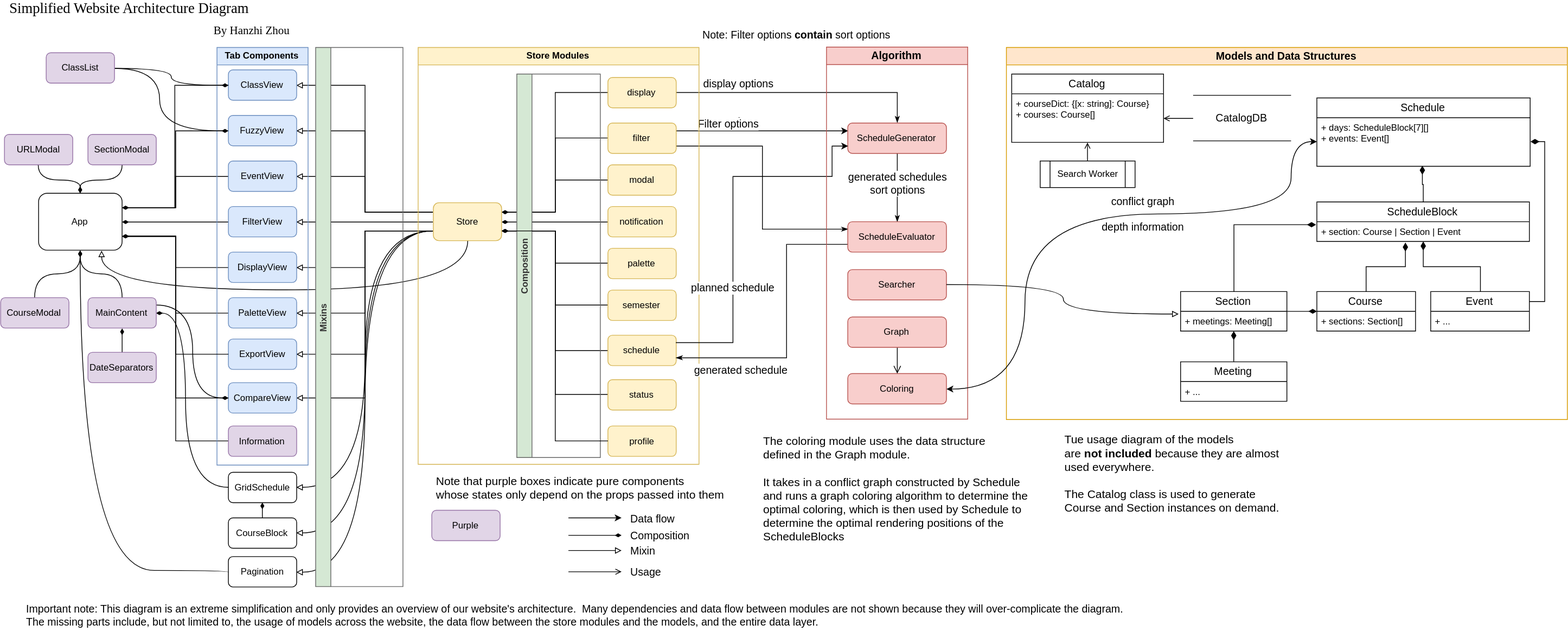
awesome-schedule/plannable keeps this draw.io diagram as docs/Website Architecture.svg. Above is the earlier version. Source tidied: cells renumbered, new cells last; positions are measured from the earlier drawing's top-left corner, leaving out a move shared by most shapes.
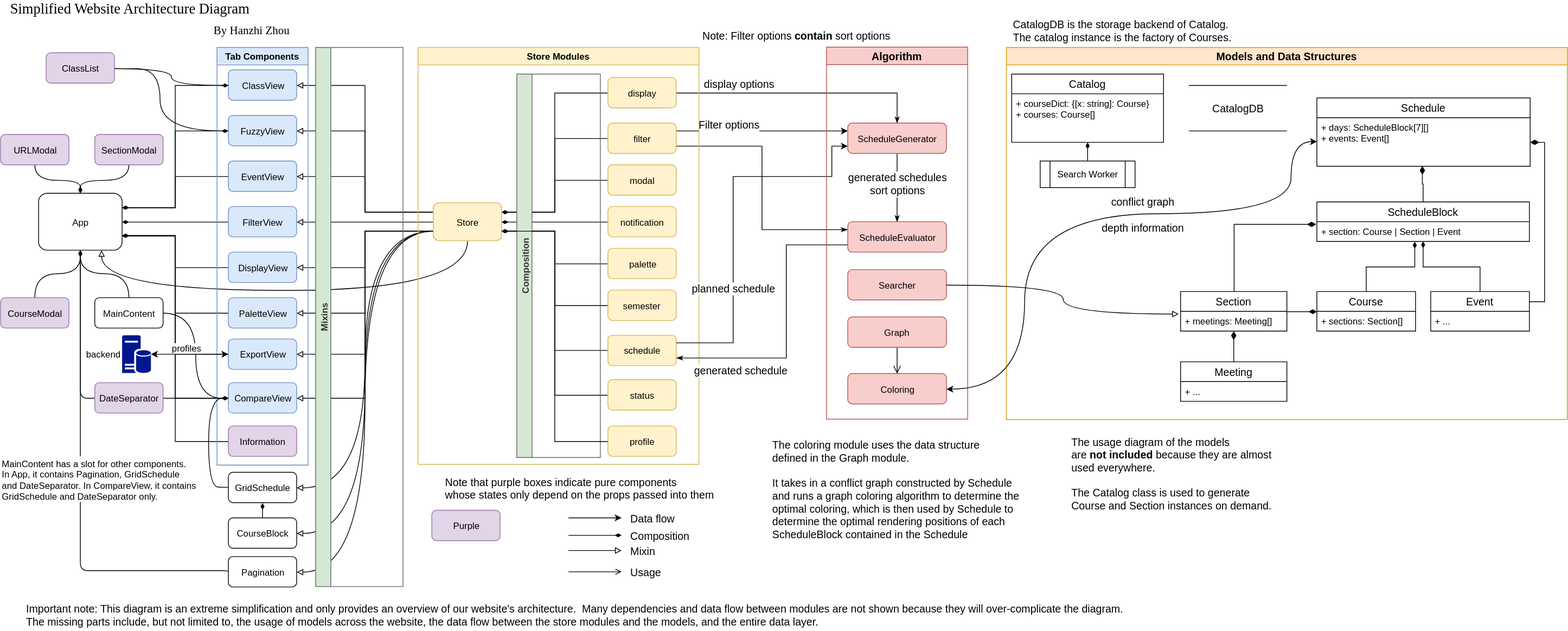
Later version of the same file.

What changed in the source:
```diff
@@ -2,6 +2,14 @@
   <root>
     <mxCell id="0" />
     <mxCell id="1" parent="0" />
+    <mxCell id="62" style="edgeStyle=orthogonalEdgeStyle;rounded=1;jettySize=auto;html=1;exitX=0;exitY=0.5;exitDx=0;exitDy=0;entryX=0.5;entryY=1;entryDx=0;entryDy=0;endArrow=diamondThin;endFill=1;" parent="1" edge="1" source="63" target="41">
+      <mxGeometry relative="1" as="geometry">
+        <Array as="points">
+          <mxPoint x="300" y="750" />
+          <mxPoint x="105" y="750" />
+        </Array>
+      </mxGeometry>
+    </mxCell>
     <mxCell id="2" style="edgeStyle=orthogonalEdgeStyle;rounded=0;jettySize=auto;html=1;exitX=0;exitY=0.5;exitDx=0;exitDy=0;startArrow=none;startFill=0;endArrow=diamondThin;endFill=1;fontSize=14;entryX=1;entryY=0.75;entryDx=0;entryDy=0;" parent="1" edge="1" source="55" target="22">
       <mxGeometry relative="1" as="geometry" />
     </mxCell>
@@ -213,25 +221,17 @@
     <mxCell id="61" value="ClassList" style="rounded=1;whiteSpace=wrap;html=1;shadow=0;glass=0;fillColor=#e1d5e7;strokeColor=#9673a6;" parent="1" vertex="1">
       <mxGeometry x="60" y="68" width="90" height="40" as="geometry" />
     </mxCell>
-    <mxCell id="62" style="edgeStyle=orthogonalEdgeStyle;curved=1;rounded=0;jettySize=auto;html=1;exitX=0;exitY=0.5;exitDx=0;exitDy=0;entryX=0.5;entryY=1;entryDx=0;entryDy=0;endArrow=diamondThin;endFill=1;" parent="1" edge="1" source="63" target="41">
-      <mxGeometry relative="1" as="geometry">
-        <Array as="points">
-          <mxPoint x="300" y="750" />
-          <mxPoint x="105" y="750" />
-        </Array>
-      </mxGeometry>
-    </mxCell>
     <mxCell id="63" value="Pagination" style="rounded=1;whiteSpace=wrap;html=1;" parent="1" vertex="1">
       <mxGeometry x="300" y="731.5" width="90" height="40" as="geometry" />
     </mxCell>
-    <mxCell id="64" style="edgeStyle=orthogonalEdgeStyle;curved=1;rounded=0;jettySize=auto;html=1;exitX=0;exitY=0.5;exitDx=0;exitDy=0;entryX=1;entryY=0.5;entryDx=0;entryDy=0;startArrow=none;startFill=0;endArrow=diamondThin;endFill=1;" parent="1" edge="1" source="65" target="135">
-      <mxGeometry relative="1" as="geometry">
-        <Array as="points">
-          <mxPoint x="244" y="640" />
-          <mxPoint x="244" y="411" />
-        </Array>
-      </mxGeometry>
-    </mxCell>
+    <mxCell id="140" style="edgeStyle=orthogonalEdgeStyle;rounded=0;jettySize=auto;html=1;exitX=0;exitY=0.5;exitDx=0;exitDy=0;entryX=0;entryY=0.5;entryDx=0;entryDy=0;curved=1;endArrow=diamondThin;endFill=1;" parent="1" edge="1" source="65" target="52">
+      <mxGeometry relative="1" as="geometry">
+        <Array as="points">
+          <mxPoint x="274" y="640" />
+          <mxPoint x="274" y="523" />
+        </Array>
+      </mxGeometry>
+    </mxCell>
     <mxCell id="65" value="GridSchedule" style="rounded=1;whiteSpace=wrap;html=1;" parent="1" vertex="1">
       <mxGeometry x="300" y="620.5" width="90" height="40" as="geometry" />
     </mxCell>
@@ -251,12 +251,12 @@
       <mxGeometry relative="1" as="geometry" />
     </mxCell>
     <mxCell id="71" value="SectionModal" style="rounded=1;whiteSpace=wrap;html=1;fillColor=#e1d5e7;strokeColor=#9673a6;" parent="1" vertex="1">
-      <mxGeometry x="115" y="175.5" width="90" height="40" as="geometry" />
+      <mxGeometry x="124" y="175.5" width="90" height="40" as="geometry" />
     </mxCell>
     <mxCell id="72" value="Purple" style="rounded=1;whiteSpace=wrap;html=1;fillColor=#e1d5e7;strokeColor=#9673a6;" parent="1" vertex="1">
       <mxGeometry x="568" y="670.5" width="90" height="40" as="geometry" />
     </mxCell>
-    <mxCell id="73" value="&lt;div style=&quot;text-align: left ; font-size: 15px&quot;&gt;&lt;span style=&quot;font-size: 15px&quot;&gt;Note that purple boxes indicate pure components&amp;nbsp;&lt;/span&gt;&lt;/div&gt;&lt;div style=&quot;text-align: left ; font-size: 15px&quot;&gt;&lt;span style=&quot;font-size: 15px&quot;&gt;whose states only depend on the props passed into them&lt;/span&gt;&lt;/div&gt;" style="text;html=1;align=center;verticalAlign=middle;fillColor=none;strokeColor=none;rounded=0;shadow=0;glass=0;fontSize=15;" parent="1" vertex="1">
+    <mxCell id="73" value="&lt;div style=&quot;text-align: left; font-size: 14px;&quot;&gt;&lt;span style=&quot;font-size: 14px;&quot;&gt;Note that purple boxes indicate pure components&amp;nbsp;&lt;/span&gt;&lt;/div&gt;&lt;div style=&quot;text-align: left; font-size: 14px;&quot;&gt;&lt;span style=&quot;font-size: 14px;&quot;&gt;whose states only depend on the props passed into them&lt;/span&gt;&lt;/div&gt;" style="text;html=1;align=center;verticalAlign=middle;fillColor=none;strokeColor=none;rounded=0;shadow=0;glass=0;fontSize=14;" parent="1" vertex="1">
       <mxGeometry x="568" y="620.5" width="390" height="40" as="geometry" />
     </mxCell>
     <mxCell id="74" style="edgeStyle=orthogonalEdgeStyle;curved=1;rounded=0;jettySize=auto;html=1;entryX=0.5;entryY=0;entryDx=0;entryDy=0;startArrow=none;startFill=0;endArrow=classicThin;endFill=1;fontSize=14;" parent="1" edge="1" source="76" target="90">
@@ -346,13 +346,8 @@
     <mxCell id="93" value="Searcher" style="rounded=1;whiteSpace=wrap;html=1;fillColor=#f8cecc;strokeColor=#b85450;" parent="88" vertex="1">
       <mxGeometry x="28" y="293" width="130" height="40" as="geometry" />
     </mxCell>
-    <mxCell id="94" style="edgeStyle=orthogonalEdgeStyle;rounded=0;jettySize=auto;html=1;exitX=0.5;exitY=0;exitDx=0;exitDy=0;entryX=0.415;entryY=1.039;entryDx=0;entryDy=0;entryPerimeter=0;endArrow=diamondThin;endFill=1;fontSize=14;endSize=9;" parent="1" edge="1" source="95" target="108">
-      <mxGeometry relative="1" as="geometry">
-        <Array as="points">
-          <mxPoint x="1799" y="350" />
-          <mxPoint x="1851" y="350" />
-        </Array>
-      </mxGeometry>
+    <mxCell id="94" style="edgeStyle=orthogonalEdgeStyle;rounded=0;jettySize=auto;html=1;exitX=0.5;exitY=0;exitDx=0;exitDy=0;entryX=0.46;entryY=1.016;entryDx=0;entryDy=0;entryPerimeter=0;endArrow=diamondThin;endFill=1;fontSize=14;" parent="1" edge="1" source="95" target="108">
+      <mxGeometry relative="1" as="geometry" />
     </mxCell>
     <mxCell id="95" value="Course" style="swimlane;fontStyle=0;horizontal=1;startSize=26;fillColor=none;fontSize=14;" parent="1" vertex="1">
       <mxGeometry x="1734" y="382.5" width="130" height="52" as="geometry" />
@@ -396,7 +391,7 @@
     <mxCell id="108" value="+ section: Course | Section | Event " style="text;strokeColor=none;fillColor=none;align=left;verticalAlign=top;spacingLeft=4;spacingRight=4;overflow=hidden;points=[[0,0.5],[1,0.5]];portConstraint=eastwest;" parent="107" vertex="1">
       <mxGeometry y="26" width="280" height="26" as="geometry" />
     </mxCell>
-    <mxCell id="109" style="edgeStyle=orthogonalEdgeStyle;rounded=0;jettySize=auto;html=1;exitX=0.5;exitY=0;exitDx=0;exitDy=0;endArrow=diamondThin;endFill=1;fontSize=14;endSize=9;" parent="1" edge="1" source="111" target="107">
+    <mxCell id="109" style="edgeStyle=orthogonalEdgeStyle;rounded=0;jettySize=auto;html=1;exitX=0.5;exitY=0;exitDx=0;exitDy=0;endArrow=diamondThin;endFill=1;fontSize=14;endSize=6;" parent="1" edge="1" source="111" target="107">
       <mxGeometry relative="1" as="geometry" />
     </mxCell>
     <mxCell id="110" style="edgeStyle=orthogonalEdgeStyle;rounded=0;jettySize=auto;html=1;exitX=1;exitY=0.25;exitDx=0;exitDy=0;entryX=1;entryY=0.5;entryDx=0;entryDy=0;endArrow=diamondThin;endFill=1;fontSize=14;endSize=9;" parent="1" edge="1" source="111" target="105">
@@ -411,13 +406,10 @@
     <mxCell id="113" value="Models and Data Structures" style="swimlane;fontSize=14;fillColor=#ffe6cc;strokeColor=#d79b00;" parent="1" vertex="1">
       <mxGeometry x="1325" y="61" width="739" height="490" as="geometry" />
     </mxCell>
-    <mxCell id="114" style="edgeStyle=orthogonalEdgeStyle;curved=1;rounded=0;jettySize=auto;html=1;endArrow=open;endFill=0;" parent="113" edge="1" source="115" target="119">
-      <mxGeometry relative="1" as="geometry" />
-    </mxCell>
     <mxCell id="115" value="CatalogDB" style="shape=partialRectangle;whiteSpace=wrap;html=1;left=0;right=0;fillColor=none;fontSize=14;" parent="113" vertex="1">
-      <mxGeometry x="246" y="63" width="129" height="60" as="geometry" />
+      <mxGeometry x="240.5" y="50" width="129" height="60" as="geometry" />
     </mxCell>
-    <mxCell id="116" style="edgeStyle=orthogonalEdgeStyle;curved=1;rounded=0;jettySize=auto;html=1;exitX=0.5;exitY=0;exitDx=0;exitDy=0;entryX=0.499;entryY=1.003;entryDx=0;entryDy=0;entryPerimeter=0;endArrow=open;endFill=0;" parent="113" edge="1" source="117" target="119">
+    <mxCell id="116" style="edgeStyle=orthogonalEdgeStyle;curved=1;rounded=0;jettySize=auto;html=1;exitX=0.5;exitY=0;exitDx=0;exitDy=0;entryX=0.499;entryY=1.003;entryDx=0;entryDy=0;entryPerimeter=0;endArrow=diamondThin;endFill=1;" parent="113" edge="1" source="117" target="119">
       <mxGeometry relative="1" as="geometry" />
     </mxCell>
     <mxCell id="117" value="Search Worker" style="shape=process;whiteSpace=wrap;html=1;backgroundOutline=1;" parent="113" vertex="1">
@@ -453,10 +445,10 @@
     <mxCell id="123" value="Usage" style="text;html=1;align=left;verticalAlign=top;spacingTop=-4;fontSize=14;" parent="1" vertex="1">
       <mxGeometry x="828" y="741.5" width="60" height="20" as="geometry" />
     </mxCell>
-    <mxCell id="124" value="&lt;div style=&quot;text-align: left ; font-size: 15px&quot;&gt;The coloring module uses the data structure&amp;nbsp;&lt;/div&gt;&lt;div style=&quot;text-align: left ; font-size: 15px&quot;&gt;defined in the Graph module.&lt;/div&gt;&lt;div style=&quot;text-align: left ; font-size: 15px&quot;&gt;&lt;br&gt;&lt;/div&gt;&lt;div style=&quot;text-align: left ; font-size: 15px&quot;&gt;It takes in a conflict graph constructed by Schedule&amp;nbsp;&lt;/div&gt;&lt;div style=&quot;text-align: left ; font-size: 15px&quot;&gt;and&amp;nbsp;&lt;span&gt;runs a graph coloring algorithm to determine the&amp;nbsp;&lt;/span&gt;&lt;/div&gt;&lt;div style=&quot;text-align: left ; font-size: 15px&quot;&gt;optimal coloring, which is then used by Schedule to&lt;/div&gt;&lt;div style=&quot;text-align: left ; font-size: 15px&quot;&gt;determine the optimal rendering positions of the&amp;nbsp;&lt;/div&gt;&lt;div style=&quot;text-align: left ; font-size: 15px&quot;&gt;ScheduleBlocks&lt;/div&gt;" style="text;html=1;align=center;verticalAlign=middle;fillColor=none;strokeColor=none;rounded=0;shadow=0;glass=0;fontSize=15;" parent="1" vertex="1">
+    <mxCell id="124" value="&lt;div style=&quot;text-align: left; font-size: 14px;&quot;&gt;The coloring module uses the data structure&amp;nbsp;&lt;/div&gt;&lt;div style=&quot;text-align: left; font-size: 14px;&quot;&gt;defined in the Graph module.&lt;/div&gt;&lt;div style=&quot;text-align: left; font-size: 14px;&quot;&gt;&lt;br style=&quot;font-size: 14px;&quot;&gt;&lt;/div&gt;&lt;div style=&quot;text-align: left; font-size: 14px;&quot;&gt;It takes in a conflict graph constructed by Schedule&amp;nbsp;&lt;/div&gt;&lt;div style=&quot;text-align: left; font-size: 14px;&quot;&gt;and&amp;nbsp;&lt;span style=&quot;font-size: 14px;&quot;&gt;runs a graph coloring algorithm to determine the&amp;nbsp;&lt;/span&gt;&lt;/div&gt;&lt;div style=&quot;text-align: left; font-size: 14px;&quot;&gt;optimal coloring, which is then used by Schedule to&lt;/div&gt;&lt;div style=&quot;text-align: left; font-size: 14px;&quot;&gt;determine the optimal rendering positions of each&amp;nbsp;&lt;/div&gt;&lt;div style=&quot;text-align: left; font-size: 14px;&quot;&gt;ScheduleBlock contained in the Schedule&lt;/div&gt;" style="text;html=1;align=center;verticalAlign=middle;fillColor=none;strokeColor=none;rounded=0;shadow=0;glass=0;fontSize=14;" parent="1" vertex="1">
       <mxGeometry x="996" y="565.5" width="370" height="150" as="geometry" />
     </mxCell>
-    <mxCell id="125" value="&lt;div style=&quot;text-align: left ; font-size: 15px&quot;&gt;Tue usage diagram of the models&amp;nbsp;&lt;/div&gt;&lt;div style=&quot;text-align: left ; font-size: 15px&quot;&gt;are &lt;b&gt;not&amp;nbsp;&lt;/b&gt;&lt;b&gt;included&lt;/b&gt;&lt;span&gt; because they are almost&amp;nbsp;&lt;/span&gt;&lt;/div&gt;&lt;div style=&quot;text-align: left ; font-size: 15px&quot;&gt;&lt;span&gt;used&amp;nbsp;&lt;/span&gt;&lt;span&gt;everywhere.&lt;/span&gt;&lt;/div&gt;&lt;div style=&quot;text-align: left ; font-size: 15px&quot;&gt;&lt;br&gt;&lt;/div&gt;&lt;div style=&quot;text-align: left ; font-size: 15px&quot;&gt;The Catalog class is used to generate&amp;nbsp;&lt;/div&gt;&lt;div style=&quot;text-align: left ; font-size: 15px&quot;&gt;Course and Section instances on demand.&lt;/div&gt;" style="text;html=1;align=center;verticalAlign=middle;fillColor=none;strokeColor=none;rounded=0;shadow=0;glass=0;fontSize=15;" parent="1" vertex="1">
+    <mxCell id="125" value="&lt;div style=&quot;text-align: left; font-size: 14px;&quot;&gt;The usage diagram of the models&amp;nbsp;&lt;/div&gt;&lt;div style=&quot;text-align: left; font-size: 14px;&quot;&gt;are &lt;b style=&quot;font-size: 14px;&quot;&gt;not&amp;nbsp;&lt;/b&gt;&lt;b style=&quot;font-size: 14px;&quot;&gt;included&lt;/b&gt;&lt;span style=&quot;font-size: 14px;&quot;&gt; because they are almost&amp;nbsp;&lt;/span&gt;&lt;/div&gt;&lt;div style=&quot;text-align: left; font-size: 14px;&quot;&gt;&lt;span style=&quot;font-size: 14px;&quot;&gt;used&amp;nbsp;&lt;/span&gt;&lt;span style=&quot;font-size: 14px;&quot;&gt;everywhere.&lt;/span&gt;&lt;/div&gt;&lt;div style=&quot;text-align: left; font-size: 14px;&quot;&gt;&lt;br style=&quot;font-size: 14px;&quot;&gt;&lt;/div&gt;&lt;div style=&quot;text-align: left; font-size: 14px;&quot;&gt;The Catalog class is used to generate&amp;nbsp;&lt;/div&gt;&lt;div style=&quot;text-align: left; font-size: 14px;&quot;&gt;Course and Section instances on demand.&lt;/div&gt;" style="text;html=1;align=center;verticalAlign=middle;fillColor=none;strokeColor=none;rounded=0;shadow=0;glass=0;fontSize=14;" parent="1" vertex="1">
       <mxGeometry x="1395" y="565.5" width="300" height="110" as="geometry" />
     </mxCell>
     <mxCell id="126" value="&lt;font face=&quot;Verdana&quot;&gt;&lt;span style=&quot;font-size: 19px&quot;&gt;Simplified Website Architecture Diagram&lt;/span&gt;&lt;/font&gt;" style="text;html=1;align=center;verticalAlign=middle;fillColor=none;strokeColor=none;rounded=0;labelBackgroundColor=none;fontSize=14;" parent="1" vertex="1">
@@ -475,25 +467,32 @@
       <mxGeometry relative="1" as="geometry" />
     </mxCell>
     <mxCell id="131" value="URLModal" style="rounded=1;whiteSpace=wrap;html=1;fillColor=#e1d5e7;strokeColor=#9673a6;" parent="1" vertex="1">
-      <mxGeometry x="5" y="175.5" width="90" height="40" as="geometry" />
+      <mxGeometry y="175.5" width="90" height="40" as="geometry" />
     </mxCell>
     <mxCell id="132" style="edgeStyle=orthogonalEdgeStyle;rounded=0;jettySize=auto;html=1;exitX=0;exitY=0.5;exitDx=0;exitDy=0;entryX=1;entryY=0.75;entryDx=0;entryDy=0;endArrow=diamondThin;endFill=1;" parent="1" edge="1" source="57" target="22">
       <mxGeometry relative="1" as="geometry" />
     </mxCell>
-    <mxCell id="133" style="edgeStyle=orthogonalEdgeStyle;rounded=0;jettySize=auto;html=1;exitX=1;exitY=0.25;exitDx=0;exitDy=0;entryX=0;entryY=0.5;entryDx=0;entryDy=0;endArrow=diamondThin;endFill=1;curved=1;" parent="1" edge="1" source="135" target="52">
+    <mxCell id="133" style="edgeStyle=orthogonalEdgeStyle;rounded=0;jettySize=auto;html=1;exitX=1;exitY=0.5;exitDx=0;exitDy=0;entryX=0;entryY=0.5;entryDx=0;entryDy=0;endArrow=diamondThin;endFill=1;curved=1;" parent="1" edge="1" source="135" target="52">
       <mxGeometry relative="1" as="geometry" />
     </mxCell>
     <mxCell id="134" style="edgeStyle=orthogonalEdgeStyle;curved=1;rounded=0;jettySize=auto;html=1;exitX=0.5;exitY=0;exitDx=0;exitDy=0;endArrow=diamondThin;endFill=1;entryX=0.5;entryY=1;entryDx=0;entryDy=0;" parent="1" edge="1" source="135" target="41">
       <mxGeometry relative="1" as="geometry" />
     </mxCell>
-    <mxCell id="135" value="MainContent" style="rounded=1;whiteSpace=wrap;html=1;fillColor=#e1d5e7;strokeColor=#9673a6;" parent="1" vertex="1">
-      <mxGeometry x="115" y="390.5" width="90" height="40" as="geometry" />
+    <mxCell id="135" value="MainContent" style="rounded=1;whiteSpace=wrap;html=1;" parent="1" vertex="1">
+      <mxGeometry x="124" y="390.5" width="90" height="40" as="geometry" />
     </mxCell>
-    <mxCell id="136" style="edgeStyle=orthogonalEdgeStyle;rounded=0;jettySize=auto;html=1;exitX=0.5;exitY=0;exitDx=0;exitDy=0;entryX=0.5;entryY=1;entryDx=0;entryDy=0;endArrow=diamondThin;endFill=1;" parent="1" edge="1" source="137" target="135">
-      <mxGeometry relative="1" as="geometry" />
-    </mxCell>
+    <mxCell id="141" style="edgeStyle=orthogonalEdgeStyle;curved=1;rounded=0;jettySize=auto;html=1;exitX=1;exitY=0.5;exitDx=0;exitDy=0;entryX=0;entryY=0.5;entryDx=0;entryDy=0;endArrow=diamondThin;endFill=1;" parent="1" edge="1" source="137" target="52">
+      <mxGeometry relative="1" as="geometry" />
+    </mxCell>
+    <mxCell id="142" style="edgeStyle=orthogonalEdgeStyle;rounded=1;jettySize=auto;html=1;exitX=0;exitY=0.5;exitDx=0;exitDy=0;entryX=0.5;entryY=1;entryDx=0;entryDy=0;endArrow=diamondThin;endFill=1;" parent="1" edge="1" source="137" target="41">
+      <mxGeometry relative="1" as="geometry">
+        <Array as="points">
+          <mxPoint x="105" y="523" />
+        </Array>
+      </mxGeometry>
+    </mxCell>
-    <mxCell id="137" value="DateSeparators" style="rounded=1;whiteSpace=wrap;html=1;fillColor=#e1d5e7;strokeColor=#9673a6;" parent="1" vertex="1">
-      <mxGeometry x="115" y="462.5" width="90" height="40" as="geometry" />
+    <mxCell id="137" value="DateSeparator" style="rounded=1;whiteSpace=wrap;html=1;fillColor=#e1d5e7;strokeColor=#9673a6;" parent="1" vertex="1">
+      <mxGeometry x="124" y="502.5" width="90" height="40" as="geometry" />
     </mxCell>
     <mxCell id="138" style="edgeStyle=orthogonalEdgeStyle;rounded=0;jettySize=auto;html=1;exitX=0;exitY=0.5;exitDx=0;exitDy=0;entryX=1;entryY=0.75;entryDx=0;entryDy=0;endArrow=diamondThin;endFill=1;" parent="1" edge="1" source="52" target="41">
       <mxGeometry relative="1" as="geometry" />
@@ -501,5 +500,22 @@
     <mxCell id="139" style="edgeStyle=orthogonalEdgeStyle;curved=1;rounded=0;jettySize=auto;html=1;exitX=1;exitY=0.5;exitDx=0;exitDy=0;entryX=-0.015;entryY=0.137;entryDx=0;entryDy=0;entryPerimeter=0;endArrow=block;endFill=0;" parent="1" edge="1" source="93" target="100">
       <mxGeometry relative="1" as="geometry" />
     </mxCell>
+    <mxCell id="143" value="CatalogDB is the storage backend of Catalog.&lt;br style=&quot;font-size: 14px&quot;&gt;The catalog instance is the factory of Courses." style="text;html=1;align=left;verticalAlign=top;spacingTop=-4;fontSize=14;" parent="1" vertex="1">
+      <mxGeometry x="1332" y="19.5" width="300" height="40" as="geometry" />
+    </mxCell>
+    <mxCell id="144" value="MainContent has a slot for other components.&lt;br&gt;In App, it contains Pagination, GridSchedule&lt;br&gt;and DateSeparator. In CompareView, it contains&lt;br&gt;GridSchedule and DateSeparator only.&amp;nbsp;" style="text;html=1;align=left;verticalAlign=top;spacingTop=-4;fillColor=#ffffff;" parent="1" vertex="1">
+      <mxGeometry y="599.5" width="270" height="60" as="geometry" />
+    </mxCell>
+    <mxCell id="145" value="backend" style="shadow=0;dashed=0;html=1;strokeColor=none;labelPosition=left;verticalLabelPosition=middle;verticalAlign=middle;align=right;shape=mxgraph.mscae.enterprise.database_server;fillColor=#00188D;" parent="1" vertex="1">
+      <mxGeometry x="160" y="440" width="38" height="50" as="geometry" />
+    </mxCell>
+    <mxCell id="146" style="edgeStyle=orthogonalEdgeStyle;curved=1;rounded=0;jettySize=auto;html=1;exitX=0;exitY=0.5;exitDx=0;exitDy=0;entryX=1;entryY=0.5;entryDx=0;entryDy=0;entryPerimeter=0;startArrow=classic;startFill=1;" parent="1" edge="1" source="51" target="145">
+      <mxGeometry relative="1" as="geometry" />
+    </mxCell>
+    <mxCell id="147" value="profiles" style="text;html=1;align=center;verticalAlign=middle;labelBackgroundColor=#ffffff;" parent="146" vertex="1">
+      <mxGeometry x="0.7" y="1" relative="1" as="geometry">
+        <mxPoint x="31" y="-10" as="offset" />
+      </mxGeometry>
+    </mxCell>
   </root>
 </mxGraphModel>
```
